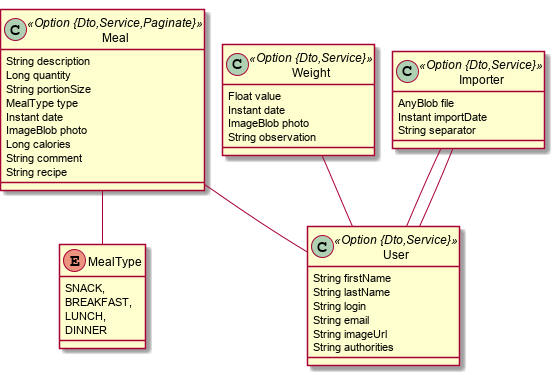
This is food-journal.png from popica14/fjournal, a PlantUML export, as it was before one commit.
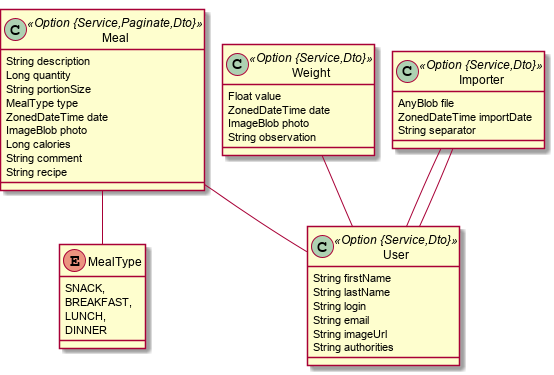
After the commit.

The edit, as a diff of the source:
```diff
@@ -1,27 +1,27 @@
 @startuml
 	!pragma graphviz_dot jdot
 	!pragma syntax class
-	class Meal <<Option {Dto,Service,Paginate}>> {
+	class Meal <<Option {Service,Paginate,Dto}>> {
 		String description
 		Long quantity
 		String portionSize
 		MealType type
-		Instant date
+		ZonedDateTime date
 		ImageBlob photo
 		Long calories
 		String comment
 		String recipe
 	}
 	Meal ..> MealType
-	class Weight <<Option {Dto,Service}>> {
+	class Weight <<Option {Service,Dto}>> {
 		Float value
-		Instant date
+		ZonedDateTime date
 		ImageBlob photo
 		String observation
 	}
-	class Importer <<Option {Dto,Service}>> {
+	class Importer <<Option {Service,Dto}>> {
 		AnyBlob file
-		Instant importDate
+		ZonedDateTime importDate
 		String separator
 	}
 	enum MealType {
@@ -34,7 +34,7 @@
 	Weight  "myWeigth(login) 0..* " o-- "0..1 "  User
 	Importer  "owner(login) 0..* " o-- "0..1 "  User
 	Importer  "uploader(login) 0..* " o-- "0..1 "  User
-	class User <<Option {Dto,Service}>> {
+	class User <<Option {Service,Dto}>> {
 		String firstName
 		String lastName
 		String login
```
